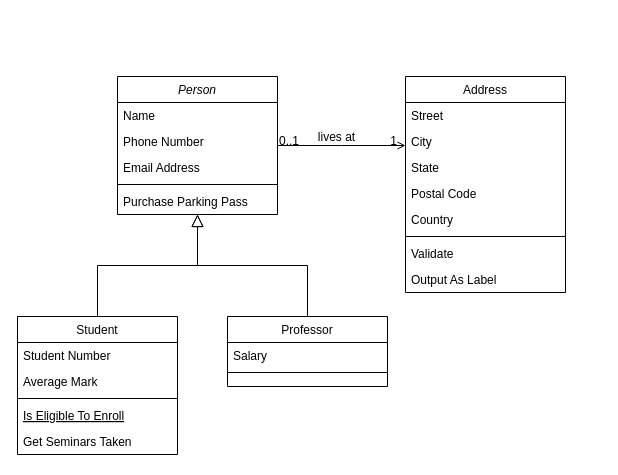
Before: Untitled Diagram.drawio in Dhiyaul-n/perpus-digital, a draw.io diagram. Source tidied: cells renumbered, new cells numbered last; positions are measured from the earlier drawing's top-left corner, leaving out a move shared by most shapes. Both pictures are drawn from the tidied source at 100%, with x=0, y=0 at pixel (17, 76).
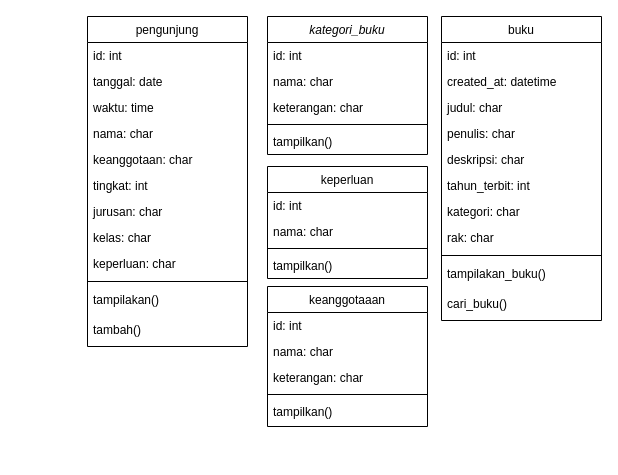
Above is the later version.

What changed in the source:
```diff
@@
-    <mxCell id="2" value="Person" style="swimlane;fontStyle=2;align=center;verticalAlign=top;horizontal=1;startSize=26;rounded=0;shadow=0;strokeWidth=1;" parent="1" vertex="1">
-      <mxGeometry x="100" width="160" height="138" as="geometry" />
+    <mxCell id="2" value="kategori_buku" style="swimlane;fontStyle=2;align=center;verticalAlign=top;horizontal=1;startSize=26;rounded=0;shadow=0;strokeWidth=1;" parent="1" vertex="1">
+      <mxGeometry x="250" y="-60" width="160" height="138" as="geometry" />
     </mxCell>
-    <mxCell id="3" value="Name" style="text;align=left;verticalAlign=top;spacingLeft=4;spacingRight=4;overflow=hidden;" parent="2" vertex="1">
+    <mxCell id="3" value="id: int" style="text;align=left;verticalAlign=top;spacingLeft=4;spacingRight=4;overflow=hidden;" parent="2" vertex="1">
       <mxGeometry y="26" width="160" height="26" as="geometry" />
     </mxCell>
-    <mxCell id="4" value="Phone Number" style="text;align=left;verticalAlign=top;spacingLeft=4;spacingRight=4;overflow=hidden;rounded=0;shadow=0;html=0;" parent="2" vertex="1">
+    <mxCell id="4" value="nama: char" style="text;align=left;verticalAlign=top;spacingLeft=4;spacingRight=4;overflow=hidden;rounded=0;shadow=0;html=0;" parent="2" vertex="1">
       <mxGeometry y="52" width="160" height="26" as="geometry" />
     </mxCell>
-    <mxCell id="5" value="Email Address" style="text;align=left;verticalAlign=top;spacingLeft=4;spacingRight=4;overflow=hidden;rounded=0;shadow=0;html=0;" parent="2" vertex="1">
+    <mxCell id="5" value="keterangan: char" style="text;align=left;verticalAlign=top;spacingLeft=4;spacingRight=4;overflow=hidden;rounded=0;shadow=0;html=0;" parent="2" vertex="1">
       <mxGeometry y="78" width="160" height="26" as="geometry" />
     </mxCell>
@@
-    <mxCell id="7" value="Purchase Parking Pass" style="text;align=left;verticalAlign=top;spacingLeft=4;spacingRight=4;overflow=hidden;" parent="2" vertex="1">
+    <mxCell id="7" value="tampilkan()" style="text;align=left;verticalAlign=top;spacingLeft=4;spacingRight=4;overflow=hidden;" parent="2" vertex="1">
       <mxGeometry y="112" width="160" height="26" as="geometry" />
     </mxCell>
-    <mxCell id="8" value="Student" style="swimlane;fontStyle=0;align=center;verticalAlign=top;horizontal=1;startSize=26;rounded=0;shadow=0;strokeWidth=1;" parent="1" vertex="1">
-      <mxGeometry y="240" width="160" height="138" as="geometry" />
+    <mxCell id="8" value="keanggotaaan" style="swimlane;fontStyle=0;align=center;verticalAlign=top;horizontal=1;startSize=26;rounded=0;shadow=0;strokeWidth=1;" parent="1" vertex="1">
+      <mxGeometry x="250" y="210" width="160" height="140" as="geometry" />
     </mxCell>
-    <mxCell id="9" value="Student Number" style="text;align=left;verticalAlign=top;spacingLeft=4;spacingRight=4;overflow=hidden;" parent="8" vertex="1">
+    <mxCell id="9" value="id: int" style="text;align=left;verticalAlign=top;spacingLeft=4;spacingRight=4;overflow=hidden;" parent="8" vertex="1">
       <mxGeometry y="26" width="160" height="26" as="geometry" />
     </mxCell>
-    <mxCell id="10" value="Average Mark" style="text;align=left;verticalAlign=top;spacingLeft=4;spacingRight=4;overflow=hidden;rounded=0;shadow=0;html=0;" parent="8" vertex="1">
+    <mxCell id="10" value="nama: char" style="text;align=left;verticalAlign=top;spacingLeft=4;spacingRight=4;overflow=hidden;rounded=0;shadow=0;html=0;" parent="8" vertex="1">
       <mxGeometry y="52" width="160" height="26" as="geometry" />
     </mxCell>
+    <mxCell id="32" value="keterangan: char" style="text;align=left;verticalAlign=top;spacingLeft=4;spacingRight=4;overflow=hidden;rounded=0;shadow=0;html=0;" parent="8" vertex="1">
+      <mxGeometry y="78" width="160" height="26" as="geometry" />
+    </mxCell>
     <mxCell id="11" style="line;html=1;strokeWidth=1;align=left;verticalAlign=middle;spacingTop=-1;spacingLeft=3;spacingRight=3;labelPosition=right;" parent="8" vertex="1">
-      <mxGeometry y="78" width="160" height="8" as="geometry" />
+      <mxGeometry y="104" width="160" height="8" as="geometry" />
     </mxCell>
-    <mxCell id="12" value="Is Eligible To Enroll" style="text;align=left;verticalAlign=top;spacingLeft=4;spacingRight=4;overflow=hidden;fontStyle=4;" parent="8" vertex="1">
-      <mxGeometry y="86" width="160" height="26" as="geometry" />
-    </mxCell>
-    <mxCell id="13" value="Get Seminars Taken" style="text;align=left;verticalAlign=top;spacingLeft=4;spacingRight=4;overflow=hidden;" parent="8" vertex="1">
+    <mxCell id="13" value="tampilkan()" style="text;align=left;verticalAlign=top;spacingLeft=4;spacingRight=4;overflow=hidden;" parent="8" vertex="1">
       <mxGeometry y="112" width="160" height="26" as="geometry" />
     </mxCell>
-    <mxCell id="14" style="endArrow=block;endSize=10;endFill=0;shadow=0;strokeWidth=1;rounded=0;edgeStyle=elbowEdgeStyle;elbow=vertical;" parent="1" edge="1" source="8" target="2">
-      <mxGeometry relative="1" as="geometry" />
-    </mxCell>
-    <mxCell id="15" value="Professor" style="swimlane;fontStyle=0;align=center;verticalAlign=top;horizontal=1;startSize=26;rounded=0;shadow=0;strokeWidth=1;" parent="1" vertex="1">
-      <mxGeometry x="210" y="240" width="160" height="70" as="geometry" />
+    <mxCell id="15" value="keperluan" style="swimlane;fontStyle=0;align=center;verticalAlign=top;horizontal=1;startSize=26;rounded=0;shadow=0;strokeWidth=1;" parent="1" vertex="1">
+      <mxGeometry x="250" y="90" width="160" height="112" as="geometry" />
     </mxCell>
-    <mxCell id="16" value="Salary" style="text;align=left;verticalAlign=top;spacingLeft=4;spacingRight=4;overflow=hidden;" parent="15" vertex="1">
+    <mxCell id="16" value="id: int" style="text;align=left;verticalAlign=top;spacingLeft=4;spacingRight=4;overflow=hidden;" parent="15" vertex="1">
       <mxGeometry y="26" width="160" height="26" as="geometry" />
     </mxCell>
+    <mxCell id="33" value="nama: char" style="text;align=left;verticalAlign=top;spacingLeft=4;spacingRight=4;overflow=hidden;" parent="15" vertex="1">
+      <mxGeometry y="52" width="160" height="26" as="geometry" />
+    </mxCell>
     <mxCell id="17" style="line;html=1;strokeWidth=1;align=left;verticalAlign=middle;spacingTop=-1;spacingLeft=3;spacingRight=3;labelPosition=right;" parent="15" vertex="1">
-      <mxGeometry y="52" width="160" height="8" as="geometry" />
+      <mxGeometry y="78" width="160" height="8" as="geometry" />
     </mxCell>
-    <mxCell id="18" style="endArrow=block;endSize=10;endFill=0;shadow=0;strokeWidth=1;rounded=0;edgeStyle=elbowEdgeStyle;elbow=vertical;" parent="1" edge="1" source="15" target="2">
-      <mxGeometry relative="1" as="geometry" />
-    </mxCell>
+    <mxCell id="34" value="tampilkan()" style="text;align=left;verticalAlign=top;spacingLeft=4;spacingRight=4;overflow=hidden;" parent="15" vertex="1">
+      <mxGeometry y="86" width="160" height="26" as="geometry" />
+    </mxCell>
-    <mxCell id="19" value="Address" style="swimlane;fontStyle=0;align=center;verticalAlign=top;horizontal=1;startSize=26;rounded=0;shadow=0;strokeWidth=1;" parent="1" vertex="1">
-      <mxGeometry x="388" width="160" height="216" as="geometry" />
+    <mxCell id="19" value="buku" style="swimlane;fontStyle=0;align=center;verticalAlign=top;horizontal=1;startSize=26;rounded=0;shadow=0;strokeWidth=1;" parent="1" vertex="1">
+      <mxGeometry x="424" y="-60" width="160" height="304" as="geometry" />
     </mxCell>
-    <mxCell id="20" value="Street" style="text;align=left;verticalAlign=top;spacingLeft=4;spacingRight=4;overflow=hidden;" parent="19" vertex="1">
+    <mxCell id="20" value="id: int" style="text;align=left;verticalAlign=top;spacingLeft=4;spacingRight=4;overflow=hidden;" parent="19" vertex="1">
       <mxGeometry y="26" width="160" height="26" as="geometry" />
     </mxCell>
-    <mxCell id="21" value="City" style="text;align=left;verticalAlign=top;spacingLeft=4;spacingRight=4;overflow=hidden;rounded=0;shadow=0;html=0;" parent="19" vertex="1">
+    <mxCell id="21" value="created_at: datetime" style="text;align=left;verticalAlign=top;spacingLeft=4;spacingRight=4;overflow=hidden;rounded=0;shadow=0;html=0;" parent="19" vertex="1">
       <mxGeometry y="52" width="160" height="26" as="geometry" />
     </mxCell>
-    <mxCell id="22" value="State" style="text;align=left;verticalAlign=top;spacingLeft=4;spacingRight=4;overflow=hidden;rounded=0;shadow=0;html=0;" parent="19" vertex="1">
+    <mxCell id="22" value="judul: char" style="text;align=left;verticalAlign=top;spacingLeft=4;spacingRight=4;overflow=hidden;rounded=0;shadow=0;html=0;" parent="19" vertex="1">
       <mxGeometry y="78" width="160" height="26" as="geometry" />
     </mxCell>
-    <mxCell id="23" value="Postal Code" style="text;align=left;verticalAlign=top;spacingLeft=4;spacingRight=4;overflow=hidden;rounded=0;shadow=0;html=0;" parent="19" vertex="1">
+    <mxCell id="23" value="penulis: char" style="text;align=left;verticalAlign=top;spacingLeft=4;spacingRight=4;overflow=hidden;rounded=0;shadow=0;html=0;" parent="19" vertex="1">
       <mxGeometry y="104" width="160" height="26" as="geometry" />
     </mxCell>
+    <mxCell id="35" value="deskripsi: char" style="text;align=left;verticalAlign=top;spacingLeft=4;spacingRight=4;overflow=hidden;rounded=0;shadow=0;html=0;" parent="19" vertex="1">
+      <mxGeometry y="130" width="160" height="26" as="geometry" />
+    </mxCell>
-    <mxCell id="24" value="Country" style="text;align=left;verticalAlign=top;spacingLeft=4;spacingRight=4;overflow=hidden;rounded=0;shadow=0;html=0;" parent="19" vertex="1">
-      <mxGeometry y="130" width="160" height="26" as="geometry" />
+    <mxCell id="24" value="tahun_terbit: int" style="text;align=left;verticalAlign=top;spacingLeft=4;spacingRight=4;overflow=hidden;rounded=0;shadow=0;html=0;" parent="19" vertex="1">
+      <mxGeometry y="156" width="160" height="26" as="geometry" />
     </mxCell>
+    <mxCell id="36" value="kategori: char" style="text;align=left;verticalAlign=top;spacingLeft=4;spacingRight=4;overflow=hidden;rounded=0;shadow=0;html=0;" parent="19" vertex="1">
+      <mxGeometry y="182" width="160" height="26" as="geometry" />
+    </mxCell>
+    <mxCell id="37" value="rak: char" style="text;align=left;verticalAlign=top;spacingLeft=4;spacingRight=4;overflow=hidden;rounded=0;shadow=0;html=0;" parent="19" vertex="1">
+      <mxGeometry y="208" width="160" height="26" as="geometry" />
+    </mxCell>
-    <mxCell id="25" style="line;html=1;strokeWidth=1;align=left;verticalAlign=middle;spacingTop=-1;spacingLeft=3;spacingRight=3;labelPosition=right;" parent="19" vertex="1">
-      <mxGeometry y="156" width="160" height="8" as="geometry" />
+    <mxCell id="25" style="line;html=1;strokeWidth=1;align=left;verticalAlign=middle;spacingTop=0;spacingLeft=0;spacingRight=0;labelPosition=right;spacing=0;" parent="19" vertex="1">
+      <mxGeometry y="234" width="160" height="10" as="geometry" />
     </mxCell>
+    <mxCell id="27" value="tampilakan_buku()" style="text;align=left;verticalAlign=top;spacingLeft=4;spacingRight=4;overflow=hidden;" parent="19" vertex="1">
+      <mxGeometry y="244" width="160" height="30" as="geometry" />
+    </mxCell>
-    <mxCell id="26" value="Validate" style="text;align=left;verticalAlign=top;spacingLeft=4;spacingRight=4;overflow=hidden;" parent="19" vertex="1">
-      <mxGeometry y="164" width="160" height="26" as="geometry" />
+    <mxCell id="26" value="cari_buku()" style="text;align=left;verticalAlign=top;spacingLeft=4;spacingRight=4;overflow=hidden;" parent="19" vertex="1">
+      <mxGeometry y="274" width="160" height="30" as="geometry" />
     </mxCell>
-    <mxCell id="27" value="Output As Label" style="text;align=left;verticalAlign=top;spacingLeft=4;spacingRight=4;overflow=hidden;" parent="19" vertex="1">
-      <mxGeometry y="190" width="160" height="26" as="geometry" />
-    </mxCell>
-    <mxCell id="28" style="endArrow=open;shadow=0;strokeWidth=1;rounded=0;endFill=1;edgeStyle=elbowEdgeStyle;elbow=vertical;" parent="1" edge="1" source="2" target="19">
-      <mxGeometry x="0.5" y="41" relative="1" as="geometry">
-        <mxPoint x="-40" y="32" as="offset" />
-      </mxGeometry>
-    </mxCell>
-    <mxCell id="29" value="0..1" style="align=left;verticalAlign=bottom;labelBackgroundColor=none;fontSize=12;" parent="28" vertex="1">
-      <mxGeometry x="-1" relative="1" as="geometry">
-        <mxPoint y="4" as="offset" />
-      </mxGeometry>
-    </mxCell>
-    <mxCell id="30" value="1" style="align=right;verticalAlign=bottom;labelBackgroundColor=none;fontSize=12;" parent="28" vertex="1">
-      <mxGeometry x="1" relative="1" as="geometry">
-        <mxPoint x="-7" y="4" as="offset" />
-      </mxGeometry>
-    </mxCell>
-    <mxCell id="31" value="lives at" style="text;html=1;align=center;verticalAlign=middle;labelBackgroundColor=none;rounded=0;shadow=0;strokeWidth=1;fontSize=12;" parent="28" vertex="1">
-      <mxGeometry x="0.5" y="49" relative="1" as="geometry">
-        <mxPoint x="-38" y="40" as="offset" />
-      </mxGeometry>
-    </mxCell>
+    <mxCell id="38" value="pengunjung" style="swimlane;fontStyle=0;align=center;verticalAlign=top;horizontal=1;startSize=26;rounded=0;shadow=0;strokeWidth=1;" parent="1" vertex="1">
+      <mxGeometry x="70" y="-60" width="160" height="330" as="geometry" />
+    </mxCell>
+    <mxCell id="39" value="id: int" style="text;align=left;verticalAlign=top;spacingLeft=4;spacingRight=4;overflow=hidden;" parent="38" vertex="1">
+      <mxGeometry y="26" width="160" height="26" as="geometry" />
+    </mxCell>
+    <mxCell id="40" value="tanggal: date" style="text;align=left;verticalAlign=top;spacingLeft=4;spacingRight=4;overflow=hidden;rounded=0;shadow=0;html=0;" parent="38" vertex="1">
+      <mxGeometry y="52" width="160" height="26" as="geometry" />
+    </mxCell>
+    <mxCell id="41" value="waktu: time" style="text;align=left;verticalAlign=top;spacingLeft=4;spacingRight=4;overflow=hidden;rounded=0;shadow=0;html=0;" parent="38" vertex="1">
+      <mxGeometry y="78" width="160" height="26" as="geometry" />
+    </mxCell>
+    <mxCell id="42" value="nama: char" style="text;align=left;verticalAlign=top;spacingLeft=4;spacingRight=4;overflow=hidden;rounded=0;shadow=0;html=0;" parent="38" vertex="1">
+      <mxGeometry y="104" width="160" height="26" as="geometry" />
+    </mxCell>
+    <mxCell id="43" value="keanggotaan: char" style="text;align=left;verticalAlign=top;spacingLeft=4;spacingRight=4;overflow=hidden;rounded=0;shadow=0;html=0;" parent="38" vertex="1">
+      <mxGeometry y="130" width="160" height="26" as="geometry" />
+    </mxCell>
+    <mxCell id="44" value="tingkat: int" style="text;align=left;verticalAlign=top;spacingLeft=4;spacingRight=4;overflow=hidden;rounded=0;shadow=0;html=0;" parent="38" vertex="1">
+      <mxGeometry y="156" width="160" height="26" as="geometry" />
+    </mxCell>
+    <mxCell id="45" value="jurusan: char" style="text;align=left;verticalAlign=top;spacingLeft=4;spacingRight=4;overflow=hidden;rounded=0;shadow=0;html=0;" parent="38" vertex="1">
+      <mxGeometry y="182" width="160" height="26" as="geometry" />
+    </mxCell>
+    <mxCell id="46" value="kelas: char" style="text;align=left;verticalAlign=top;spacingLeft=4;spacingRight=4;overflow=hidden;rounded=0;shadow=0;html=0;" parent="38" vertex="1">
+      <mxGeometry y="208" width="160" height="26" as="geometry" />
+    </mxCell>
+    <mxCell id="47" value="keperluan: char" style="text;align=left;verticalAlign=top;spacingLeft=4;spacingRight=4;overflow=hidden;rounded=0;shadow=0;html=0;" parent="38" vertex="1">
+      <mxGeometry y="234" width="160" height="26" as="geometry" />
+    </mxCell>
+    <mxCell id="48" style="line;html=1;strokeWidth=1;align=left;verticalAlign=middle;spacingTop=0;spacingLeft=0;spacingRight=0;labelPosition=right;spacing=0;" parent="38" vertex="1">
+      <mxGeometry y="260" width="160" height="10" as="geometry" />
+    </mxCell>
+    <mxCell id="49" value="tampilakan()" style="text;align=left;verticalAlign=top;spacingLeft=4;spacingRight=4;overflow=hidden;" parent="38" vertex="1">
+      <mxGeometry y="270" width="160" height="30" as="geometry" />
+    </mxCell>
+    <mxCell id="50" value="tambah()" style="text;align=left;verticalAlign=top;spacingLeft=4;spacingRight=4;overflow=hidden;" parent="38" vertex="1">
+      <mxGeometry y="300" width="160" height="30" as="geometry" />
+    </mxCell>
```
